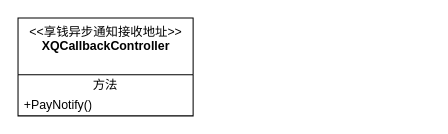
noobwu/diagrams keeps this draw.io diagram as Kemai/享钱支付通知类图.drawio. Above is the earlier version. Source tidied: cells renumbered, new cells numbered last; positions are measured from the earlier drawing's top-left corner, leaving out a move shared by most shapes. Both pictures are drawn from the tidied source at 103%, with x=0, y=0 at pixel (18, 18).
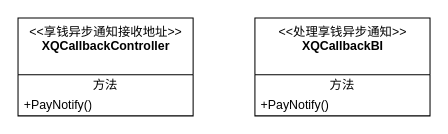
The same diagram, later.

Commit message (it also covers changes not shown here):
更新享钱支付通知类图.drawio

What changed in the source:
```diff
@@
 <mxGraphModel>
   <root>
     <mxCell id="0" />
     <mxCell id="1" parent="0" />
     <mxCell id="2" value="&amp;lt;&amp;lt;享钱异步通知接收地址&amp;gt;&amp;gt;&lt;br&gt;&lt;b&gt;XQCallbackController&lt;/b&gt;" style="swimlane;fontStyle=0;align=center;verticalAlign=top;horizontal=1;startSize=55;html=1;" parent="1" vertex="1">
       <mxGeometry width="170" height="95" as="geometry" />
     </mxCell>
     <mxCell id="3" value="方法" style="text;html=1;strokeColor=none;fillColor=none;align=center;verticalAlign=middle;spacingLeft=4;spacingRight=4;overflow=hidden;" parent="2" vertex="1">
       <mxGeometry y="55" width="170" height="20" as="geometry" />
     </mxCell>
     <mxCell id="4" value="+PayNotify()" style="text;html=1;strokeColor=none;fillColor=none;align=left;verticalAlign=middle;spacingLeft=4;spacingRight=4;overflow=hidden;" parent="2" vertex="1">
       <mxGeometry y="75" width="170" height="20" as="geometry" />
     </mxCell>
+    <mxCell id="5" value="&amp;lt;&amp;lt;处理享钱异步通知&amp;gt;&amp;gt;&lt;br&gt;&lt;b&gt;XQCallbackBI&lt;/b&gt;" style="swimlane;fontStyle=0;align=center;verticalAlign=top;horizontal=1;startSize=55;html=1;" parent="1" vertex="1">
+      <mxGeometry x="230" width="170" height="95" as="geometry" />
+    </mxCell>
+    <mxCell id="6" value="方法" style="text;html=1;strokeColor=none;fillColor=none;align=center;verticalAlign=middle;spacingLeft=4;spacingRight=4;overflow=hidden;" parent="5" vertex="1">
+      <mxGeometry y="55" width="170" height="20" as="geometry" />
+    </mxCell>
+    <mxCell id="7" value="+PayNotify()" style="text;html=1;strokeColor=none;fillColor=none;align=left;verticalAlign=middle;spacingLeft=4;spacingRight=4;overflow=hidden;" parent="5" vertex="1">
+      <mxGeometry y="75" width="170" height="20" as="geometry" />
+    </mxCell>
   </root>
 </mxGraphModel>
```
